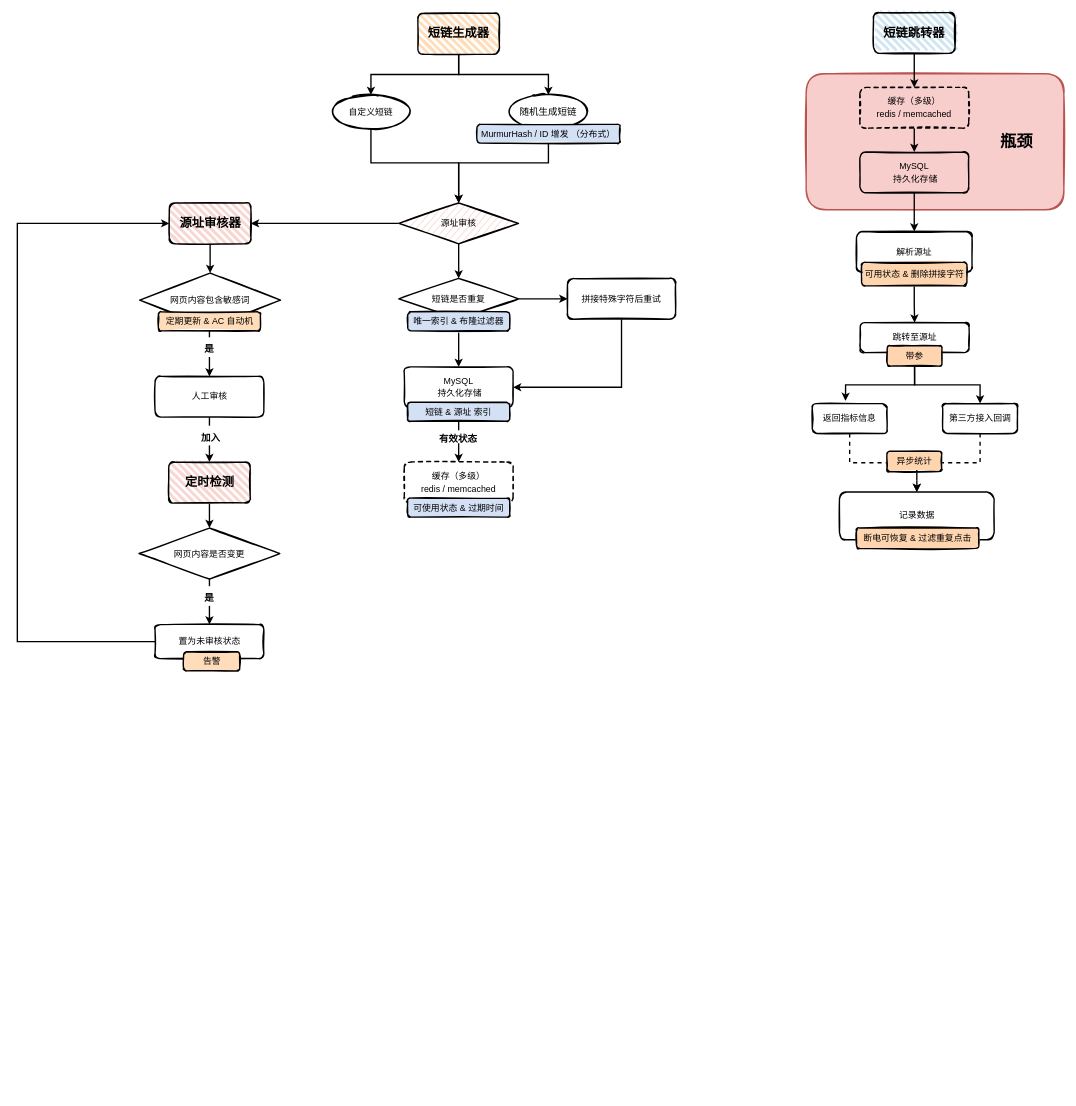
The draw.io diagram landingtrace.drawio in boxtsecond/draw, before the edit. Source tidied: cells renumbered, new cells numbered last; positions are measured from the earlier drawing's top-left corner, leaving out a move shared by most shapes. Both pictures are drawn from the tidied source at 68%, with x=0, y=0 at pixel (17, 12).
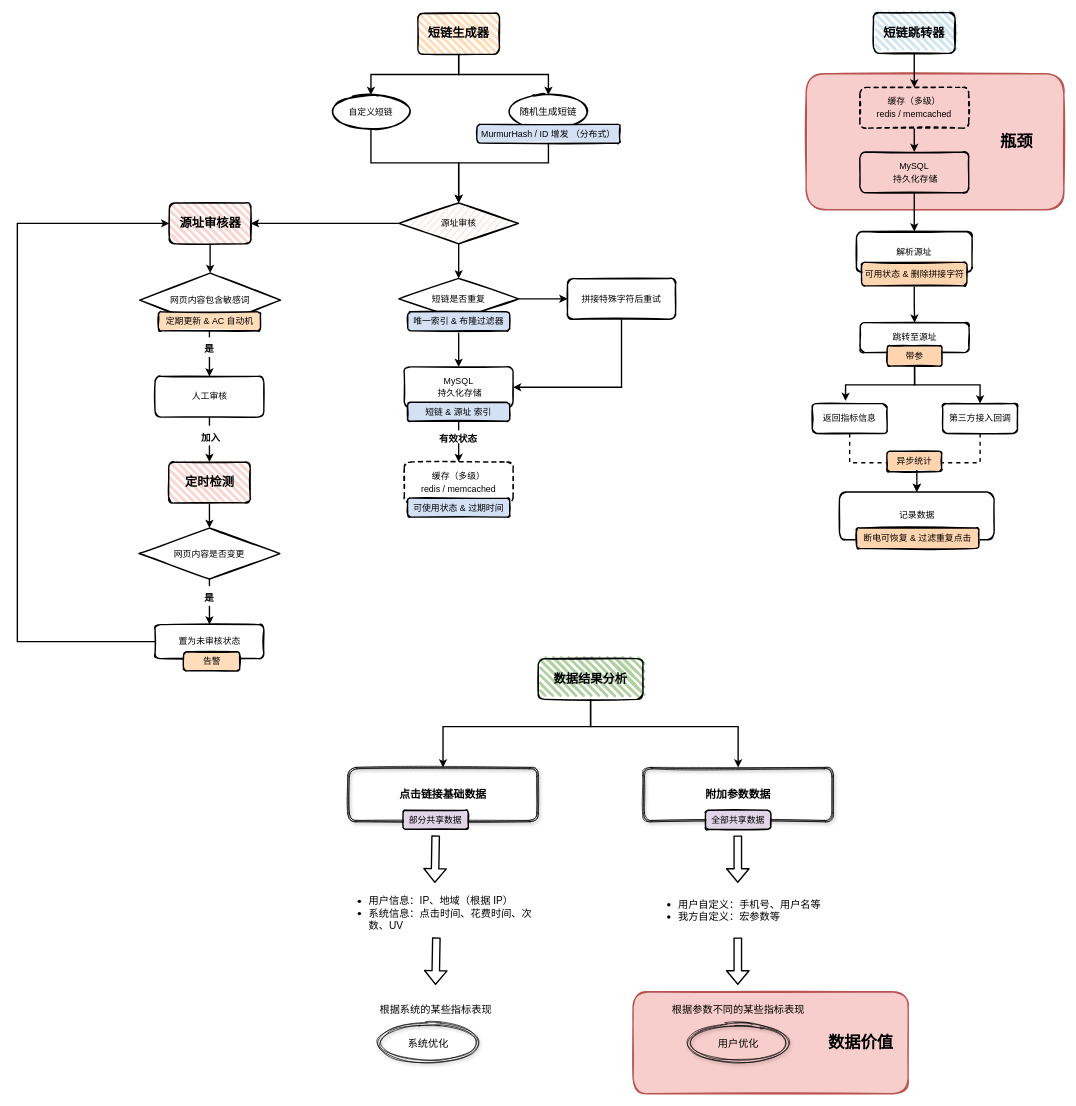
The same diagram, later.

What changed in the source:
```diff
@@
+    <mxCell id="65" style="rounded=1;whiteSpace=wrap;html=1;strokeWidth=2;fillWeight=4;hachureGap=8;hachureAngle=45;sketch=1;shadow=0;labelBackgroundColor=none;fontSize=14;fillStyle=solid;fillColor=#f8cecc;strokeColor=#b85450;" parent="1" vertex="1">
+      <mxGeometry x="905.5" y="1440" width="404.5" height="150" as="geometry" />
+    </mxCell>
@@
+    <mxCell id="66" style="edgeStyle=orthogonalEdgeStyle;rounded=0;jettySize=auto;html=1;exitX=0.5;exitY=1;exitDx=0;exitDy=0;entryX=0.5;entryY=0;entryDx=0;entryDy=0;strokeWidth=2;" parent="1" edge="1" source="68" target="69">
+      <mxGeometry relative="1" as="geometry">
+        <Array as="points">
+          <mxPoint x="843" y="1050" />
+          <mxPoint x="626" y="1050" />
+        </Array>
+      </mxGeometry>
+    </mxCell>
+    <mxCell id="67" style="edgeStyle=orthogonalEdgeStyle;rounded=0;jettySize=auto;html=1;exitX=0.5;exitY=1;exitDx=0;exitDy=0;strokeWidth=2;" parent="1" edge="1" source="68" target="70">
+      <mxGeometry relative="1" as="geometry">
+        <Array as="points">
+          <mxPoint x="843" y="1050" />
+          <mxPoint x="1060" y="1050" />
+        </Array>
+      </mxGeometry>
+    </mxCell>
+    <mxCell id="68" value="&lt;font size=&quot;1&quot;&gt;&lt;b style=&quot;font-size: 18px&quot;&gt;数据结果分析&lt;/b&gt;&lt;/font&gt;" style="rounded=1;whiteSpace=wrap;html=1;strokeWidth=2;fillWeight=4;hachureGap=8;hachureAngle=45;sketch=1;fillColor=#B1D0A2;" parent="1" vertex="1">
+      <mxGeometry x="766" y="950" width="154" height="60" as="geometry" />
+    </mxCell>
+    <mxCell id="69" value="&lt;span style=&quot;font-weight: 700&quot;&gt;&lt;font style=&quot;font-size: 16px&quot;&gt;点击链接基础数据&lt;/font&gt;&lt;/span&gt;" style="shape=ext;double=1;rounded=1;whiteSpace=wrap;html=1;shadow=1;sketch=1;strokeColor=#000000;fillColor=none;" parent="1" vertex="1">
+      <mxGeometry x="486" y="1110" width="280" height="80" as="geometry" />
+    </mxCell>
+    <mxCell id="70" value="&lt;span style=&quot;font-weight: 700&quot;&gt;&lt;font style=&quot;font-size: 16px&quot;&gt;附加参数数据&lt;/font&gt;&lt;/span&gt;" style="shape=ext;double=1;rounded=1;whiteSpace=wrap;html=1;shadow=1;sketch=1;strokeColor=#000000;fillColor=none;" parent="1" vertex="1">
+      <mxGeometry x="920" y="1110" width="280" height="80" as="geometry" />
+    </mxCell>
+    <mxCell id="71" value="&lt;ul style=&quot;font-size: 15px&quot;&gt;&lt;li&gt;用户信息：IP、地域（根据 IP）&lt;/li&gt;&lt;li&gt;系统信息：点击时间、花费时间、次数、UV&lt;/li&gt;&lt;/ul&gt;" style="text;strokeColor=none;fillColor=none;html=1;whiteSpace=wrap;verticalAlign=middle;overflow=hidden;rounded=1;shadow=1;sketch=1;" parent="1" vertex="1">
+      <mxGeometry x="475" y="1280" width="291" height="80" as="geometry" />
+    </mxCell>
+    <mxCell id="72" value="&lt;ul style=&quot;font-size: 15px&quot;&gt;&lt;li&gt;用户自定义：手机号、用户名等&lt;/li&gt;&lt;li&gt;我方自定义：宏参数等&lt;/li&gt;&lt;/ul&gt;" style="text;strokeColor=none;fillColor=none;html=1;whiteSpace=wrap;verticalAlign=middle;overflow=hidden;rounded=1;shadow=1;sketch=1;" parent="1" vertex="1">
+      <mxGeometry x="930" y="1280" width="260" height="80" as="geometry" />
+    </mxCell>
+    <mxCell id="73" style="shape=flexArrow;endArrow=classic;html=1;strokeWidth=2;" parent="1" edge="1">
+      <mxGeometry relative="1" as="geometry">
+        <mxPoint x="1059.5" y="1210" as="sourcePoint" />
+        <mxPoint x="1059.5" y="1280" as="targetPoint" />
+      </mxGeometry>
+    </mxCell>
+    <mxCell id="74" style="shape=flexArrow;endArrow=classic;html=1;strokeWidth=2;" parent="1" edge="1">
+      <mxGeometry relative="1" as="geometry">
+        <mxPoint x="615.2" y="1210" as="sourcePoint" />
+        <mxPoint x="614" y="1280" as="targetPoint" />
+      </mxGeometry>
+    </mxCell>
+    <mxCell id="75" style="shape=flexArrow;endArrow=classic;html=1;strokeWidth=2;" parent="1" edge="1">
+      <mxGeometry relative="1" as="geometry">
+        <mxPoint x="1059.5" y="1360" as="sourcePoint" />
+        <mxPoint x="1059.5" y="1430" as="targetPoint" />
+      </mxGeometry>
+    </mxCell>
+    <mxCell id="76" value="&lt;font style=&quot;font-size: 15px&quot;&gt;用户优化&lt;/font&gt;" style="ellipse;shape=doubleEllipse;whiteSpace=wrap;html=1;rounded=1;shadow=1;sketch=1;strokeColor=#000000;fillColor=none;" parent="1" vertex="1">
+      <mxGeometry x="981.8" y="1485" width="156.5" height="60" as="geometry" />
+    </mxCell>
+    <mxCell id="77" value="&lt;span style=&quot;font-size: 15px&quot;&gt;根据参数不同的某些指标表现&lt;/span&gt;" style="text;html=1;align=center;verticalAlign=middle;" parent="1" vertex="1">
+      <mxGeometry x="955" y="1455" width="210" height="20" as="geometry" />
+    </mxCell>
+    <mxCell id="78" style="shape=flexArrow;endArrow=classic;html=1;strokeWidth=2;" parent="1" edge="1">
+      <mxGeometry relative="1" as="geometry">
+        <mxPoint x="616.2" y="1360" as="sourcePoint" />
+        <mxPoint x="615" y="1430" as="targetPoint" />
+      </mxGeometry>
+    </mxCell>
+    <mxCell id="79" value="&lt;font style=&quot;font-size: 15px&quot;&gt;系统优化&lt;/font&gt;" style="ellipse;shape=doubleEllipse;whiteSpace=wrap;html=1;rounded=1;shadow=1;sketch=1;strokeColor=#000000;fillColor=none;" parent="1" vertex="1">
+      <mxGeometry x="526.2" y="1485" width="156.5" height="60" as="geometry" />
+    </mxCell>
+    <mxCell id="80" value="&lt;span style=&quot;font-size: 15px&quot;&gt;根据系统的某些指标表现&lt;/span&gt;" style="text;html=1;align=center;verticalAlign=middle;" parent="1" vertex="1">
+      <mxGeometry x="525.2" y="1455" width="180" height="20" as="geometry" />
+    </mxCell>
+    <mxCell id="81" value="部分共享数据" style="rounded=1;whiteSpace=wrap;html=1;strokeWidth=2;fillWeight=4;hachureGap=8;hachureAngle=45;sketch=1;fontStyle=0;labelBackgroundColor=none;fontSize=13;fillStyle=solid;fillColor=#e1d5e7;" parent="1" vertex="1">
+      <mxGeometry x="567.2" y="1173" width="96" height="28" as="geometry" />
+    </mxCell>
+    <mxCell id="82" value="全部共享数据" style="rounded=1;whiteSpace=wrap;html=1;strokeWidth=2;fillWeight=4;hachureGap=8;hachureAngle=45;sketch=1;fontStyle=0;labelBackgroundColor=none;fontSize=13;fillStyle=solid;fillColor=#e1d5e7;" parent="1" vertex="1">
+      <mxGeometry x="1012" y="1173" width="96" height="28" as="geometry" />
+    </mxCell>
+    <mxCell id="83" value="数据价值" style="text;strokeColor=none;fillColor=none;html=1;fontSize=24;fontStyle=1;verticalAlign=middle;align=center;" parent="1" vertex="1">
+      <mxGeometry x="1190" y="1495" width="100" height="40" as="geometry" />
+    </mxCell>
```
